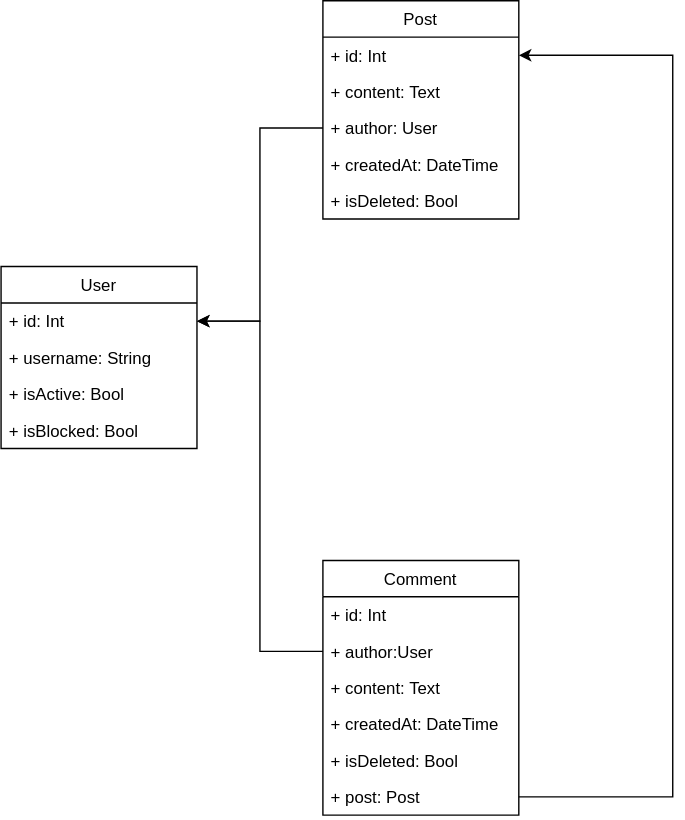
Above: resources/Blog.svg in YannickVeron/Blog_Symfony (draw.io), before the change. Source tidied: cells renumbered, new cells last; positions are measured from the earlier drawing's top-left corner, leaving out a move shared by most shapes. Its diagram source:
```xml
<mxGraphModel>
  <root>
    <mxCell id="0" />
    <mxCell id="1" parent="0" />
    <mxCell id="2" value="User" style="swimlane;fontStyle=0;horizontal=1;startSize=26;fillColor=none;" parent="1" vertex="1">
      <mxGeometry y="190" width="140" height="130" as="geometry" />
    </mxCell>
    <mxCell id="3" value="+ id: Int" style="text;strokeColor=none;fillColor=none;align=left;verticalAlign=top;spacingLeft=4;spacingRight=4;overflow=hidden;points=[[0,0.5],[1,0.5]];portConstraint=eastwest;" parent="2" vertex="1">
      <mxGeometry y="26" width="140" height="26" as="geometry" />
    </mxCell>
    <mxCell id="4" value="+ username: String" style="text;strokeColor=none;fillColor=none;align=left;verticalAlign=top;spacingLeft=4;spacingRight=4;overflow=hidden;" parent="2" vertex="1">
      <mxGeometry y="52" width="140" height="26" as="geometry" />
    </mxCell>
    <mxCell id="5" value="+ isActive: Bool" style="text;strokeColor=none;fillColor=none;align=left;verticalAlign=top;spacingLeft=4;spacingRight=4;overflow=hidden;" parent="2" vertex="1">
      <mxGeometry y="78" width="140" height="26" as="geometry" />
    </mxCell>
    <mxCell id="6" value="+ isBlocked: Bool" style="text;strokeColor=none;fillColor=none;align=left;verticalAlign=top;spacingLeft=4;spacingRight=4;overflow=hidden;" parent="2" vertex="1">
      <mxGeometry y="104" width="140" height="26" as="geometry" />
    </mxCell>
    <mxCell id="7" value="Post" style="swimlane;fontStyle=0;horizontal=1;startSize=26;fillColor=none;" parent="1" vertex="1">
      <mxGeometry x="230" width="140" height="156" as="geometry" />
    </mxCell>
    <mxCell id="8" value="+ id: Int" style="text;strokeColor=none;fillColor=none;align=left;verticalAlign=top;spacingLeft=4;spacingRight=4;overflow=hidden;points=[[0,0.5],[1,0.5]];portConstraint=eastwest;" parent="7" vertex="1">
      <mxGeometry y="26" width="140" height="26" as="geometry" />
    </mxCell>
    <mxCell id="9" value="+ content: Text" style="text;strokeColor=none;fillColor=none;align=left;verticalAlign=top;spacingLeft=4;spacingRight=4;overflow=hidden;" parent="7" vertex="1">
      <mxGeometry y="52" width="140" height="26" as="geometry" />
    </mxCell>
    <mxCell id="10" value="+ author: User" style="text;strokeColor=none;fillColor=none;align=left;verticalAlign=top;spacingLeft=4;spacingRight=4;overflow=hidden;points=[[0,0.5],[1,0.5]];portConstraint=eastwest;" parent="7" vertex="1">
      <mxGeometry y="78" width="140" height="26" as="geometry" />
    </mxCell>
    <mxCell id="11" value="+ createdAt: DateTime" style="text;strokeColor=none;fillColor=none;align=left;verticalAlign=top;spacingLeft=4;spacingRight=4;overflow=hidden;" parent="7" vertex="1">
      <mxGeometry y="104" width="140" height="26" as="geometry" />
    </mxCell>
    <mxCell id="12" value="+ isDeleted: Bool" style="text;strokeColor=none;fillColor=none;align=left;verticalAlign=top;spacingLeft=4;spacingRight=4;overflow=hidden;" parent="7" vertex="1">
      <mxGeometry y="130" width="140" height="26" as="geometry" />
    </mxCell>
    <mxCell id="13" value="Comment" style="swimlane;fontStyle=0;horizontal=1;startSize=26;fillColor=none;" parent="1" vertex="1">
      <mxGeometry x="230" y="400" width="140" height="182" as="geometry" />
    </mxCell>
    <mxCell id="14" value="+ id: Int" style="text;strokeColor=none;fillColor=none;align=left;verticalAlign=top;spacingLeft=4;spacingRight=4;overflow=hidden;" parent="13" vertex="1">
      <mxGeometry y="26" width="140" height="26" as="geometry" />
    </mxCell>
    <mxCell id="15" value="+ author:User " style="text;strokeColor=none;fillColor=none;align=left;verticalAlign=top;spacingLeft=4;spacingRight=4;overflow=hidden;points=[[0,0.5],[1,0.5]];portConstraint=eastwest;" parent="13" vertex="1">
      <mxGeometry y="52" width="140" height="26" as="geometry" />
    </mxCell>
    <mxCell id="16" value="+ content: Text" style="text;strokeColor=none;fillColor=none;align=left;verticalAlign=top;spacingLeft=4;spacingRight=4;overflow=hidden;" parent="13" vertex="1">
      <mxGeometry y="78" width="140" height="26" as="geometry" />
    </mxCell>
    <mxCell id="17" value="+ createdAt: DateTime" style="text;strokeColor=none;fillColor=none;align=left;verticalAlign=top;spacingLeft=4;spacingRight=4;overflow=hidden;" parent="13" vertex="1">
      <mxGeometry y="104" width="140" height="26" as="geometry" />
    </mxCell>
    <mxCell id="18" value="+ isDeleted: Bool" style="text;strokeColor=none;fillColor=none;align=left;verticalAlign=top;spacingLeft=4;spacingRight=4;overflow=hidden;" parent="13" vertex="1">
      <mxGeometry y="130" width="140" height="26" as="geometry" />
    </mxCell>
    <mxCell id="19" value="+ post: Post" style="text;strokeColor=none;fillColor=none;align=left;verticalAlign=top;spacingLeft=4;spacingRight=4;overflow=hidden;points=[[0,0.5],[1,0.5]];portConstraint=eastwest;" parent="13" vertex="1">
      <mxGeometry y="156" width="140" height="26" as="geometry" />
    </mxCell>
    <mxCell id="20" style="edgeStyle=orthogonalEdgeStyle;rounded=0;jettySize=auto;html=1;" parent="1" edge="1" source="10" target="3">
      <mxGeometry relative="1" as="geometry" />
    </mxCell>
    <mxCell id="21" style="edgeStyle=orthogonalEdgeStyle;rounded=0;jettySize=auto;html=1;entryX=1;entryY=0.5;entryDx=0;entryDy=0;" parent="1" edge="1" source="15" target="3">
      <mxGeometry relative="1" as="geometry" />
    </mxCell>
    <mxCell id="22" style="edgeStyle=orthogonalEdgeStyle;rounded=0;jettySize=auto;html=1;entryX=1;entryY=0.5;entryDx=0;entryDy=0;" parent="1" edge="1" source="19" target="8">
      <mxGeometry relative="1" as="geometry">
        <Array as="points">
          <mxPoint x="480" y="569" />
          <mxPoint x="480" y="39" />
        </Array>
      </mxGeometry>
    </mxCell>
  </root>
</mxGraphModel>
```
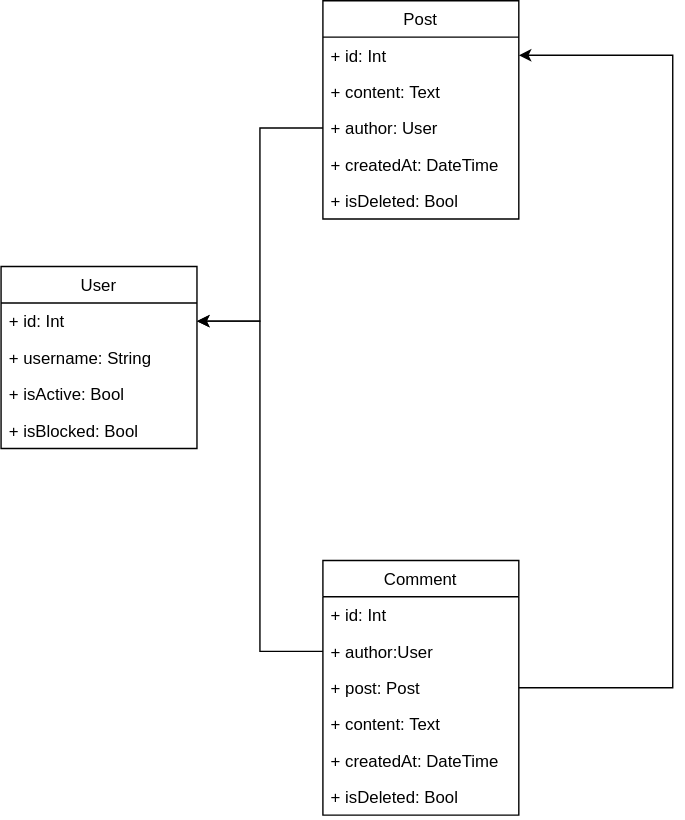
Above is the later version.

What changed in the source:
```diff
@@ -44,28 +44,28 @@
     <mxCell id="15" value="+ author:User " style="text;strokeColor=none;fillColor=none;align=left;verticalAlign=top;spacingLeft=4;spacingRight=4;overflow=hidden;points=[[0,0.5],[1,0.5]];portConstraint=eastwest;" parent="13" vertex="1">
       <mxGeometry y="52" width="140" height="26" as="geometry" />
     </mxCell>
+    <mxCell id="19" value="+ post: Post" style="text;strokeColor=none;fillColor=none;align=left;verticalAlign=top;spacingLeft=4;spacingRight=4;overflow=hidden;points=[[0,0.5],[1,0.5]];portConstraint=eastwest;" parent="13" vertex="1">
+      <mxGeometry y="78" width="140" height="26" as="geometry" />
+    </mxCell>
     <mxCell id="16" value="+ content: Text" style="text;strokeColor=none;fillColor=none;align=left;verticalAlign=top;spacingLeft=4;spacingRight=4;overflow=hidden;" parent="13" vertex="1">
-      <mxGeometry y="78" width="140" height="26" as="geometry" />
+      <mxGeometry y="104" width="140" height="26" as="geometry" />
     </mxCell>
     <mxCell id="17" value="+ createdAt: DateTime" style="text;strokeColor=none;fillColor=none;align=left;verticalAlign=top;spacingLeft=4;spacingRight=4;overflow=hidden;" parent="13" vertex="1">
-      <mxGeometry y="104" width="140" height="26" as="geometry" />
+      <mxGeometry y="130" width="140" height="26" as="geometry" />
     </mxCell>
     <mxCell id="18" value="+ isDeleted: Bool" style="text;strokeColor=none;fillColor=none;align=left;verticalAlign=top;spacingLeft=4;spacingRight=4;overflow=hidden;" parent="13" vertex="1">
-      <mxGeometry y="130" width="140" height="26" as="geometry" />
+      <mxGeometry y="156" width="140" height="26" as="geometry" />
     </mxCell>
-    <mxCell id="19" value="+ post: Post" style="text;strokeColor=none;fillColor=none;align=left;verticalAlign=top;spacingLeft=4;spacingRight=4;overflow=hidden;points=[[0,0.5],[1,0.5]];portConstraint=eastwest;" parent="13" vertex="1">
-      <mxGeometry y="156" width="140" height="26" as="geometry" />
-    </mxCell>
     <mxCell id="20" style="edgeStyle=orthogonalEdgeStyle;rounded=0;jettySize=auto;html=1;" parent="1" edge="1" source="10" target="3">
       <mxGeometry relative="1" as="geometry" />
     </mxCell>
     <mxCell id="21" style="edgeStyle=orthogonalEdgeStyle;rounded=0;jettySize=auto;html=1;entryX=1;entryY=0.5;entryDx=0;entryDy=0;" parent="1" edge="1" source="15" target="3">
       <mxGeometry relative="1" as="geometry" />
     </mxCell>
-    <mxCell id="22" style="edgeStyle=orthogonalEdgeStyle;rounded=0;jettySize=auto;html=1;entryX=1;entryY=0.5;entryDx=0;entryDy=0;" parent="1" edge="1" source="19" target="8">
+    <mxCell id="22" style="edgeStyle=orthogonalEdgeStyle;rounded=0;jettySize=auto;html=1;entryX=1;entryY=0.5;entryDx=0;entryDy=0;exitX=1;exitY=0.5;exitDx=0;exitDy=0;" parent="1" edge="1" source="19" target="8">
       <mxGeometry relative="1" as="geometry">
         <Array as="points">
-          <mxPoint x="480" y="569" />
+          <mxPoint x="480" y="491" />
           <mxPoint x="480" y="39" />
         </Array>
       </mxGeometry>
```
